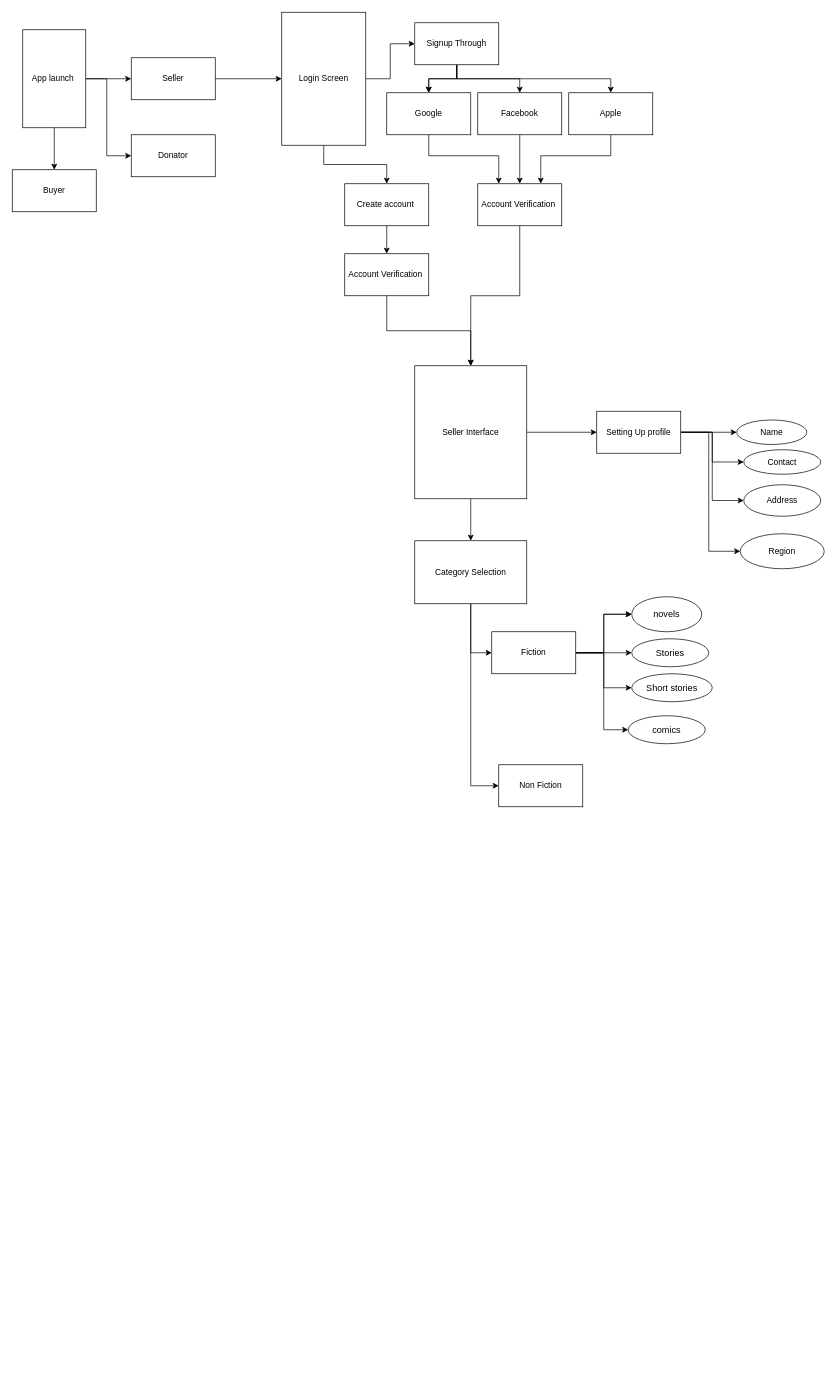
Above: Untitled Diagram.drawio in kesavaram96/UserFlowDiagram (draw.io), before the change. Source tidied: cells renumbered, new cells numbered last; positions are measured from the earlier drawing's top-left corner, leaving out a move shared by most shapes. Both pictures are drawn from the tidied source at 70%, with x=0, y=0 at pixel (12, 12).
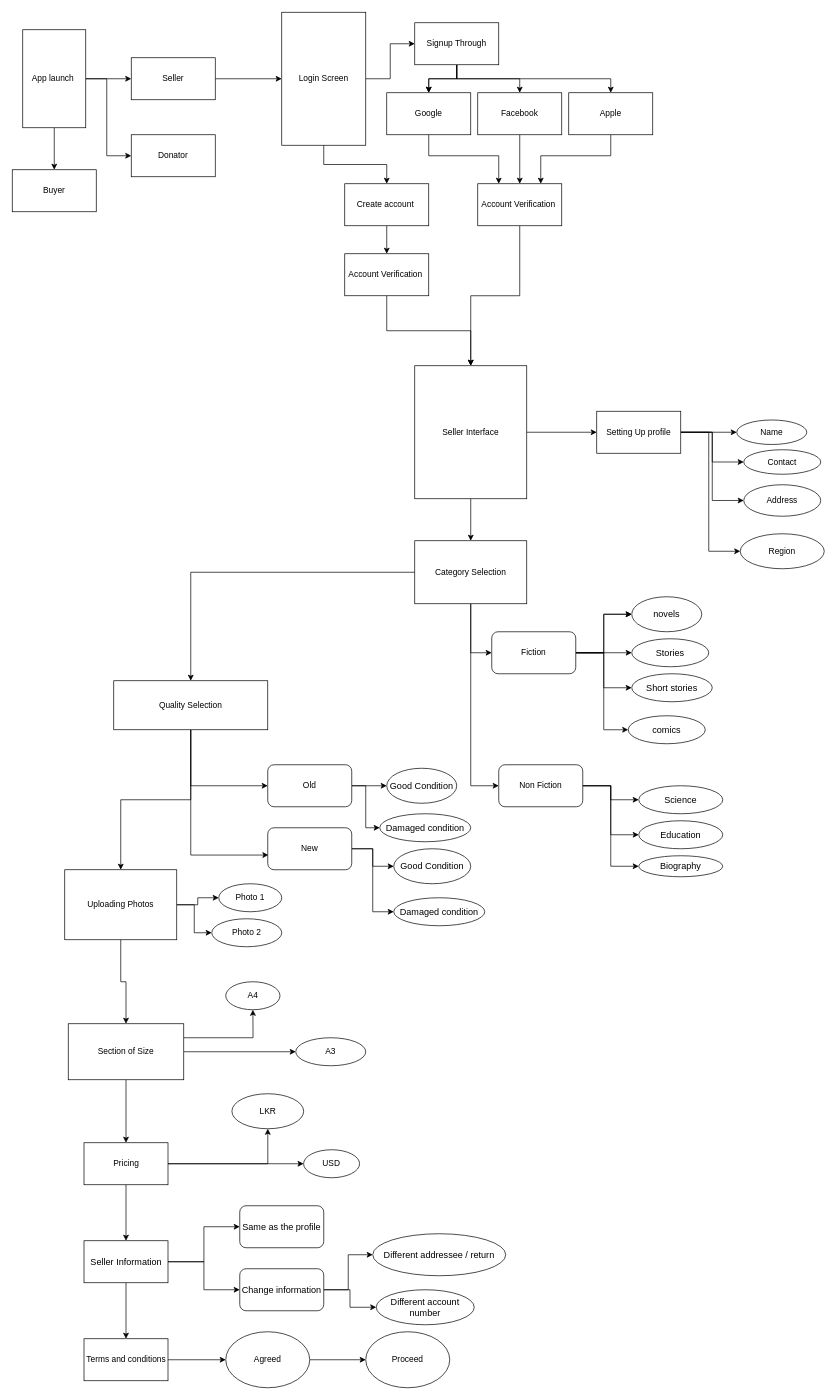
After the change.

Unchanged cells that the change refers to:
```xml
<mxCell id="44" value="Category Selection" style="rounded=0;whiteSpace=wrap;html=1;" parent="1" vertex="1">
  <mxGeometry x="575" y="755" width="160" height="90" as="geometry" />
</mxCell>
```

Change to the diagram source:
```diff
@@
+    <mxCell id="56" style="edgeStyle=orthogonalEdgeStyle;rounded=0;jettySize=auto;html=1;" parent="1" edge="1" source="44" target="66">
+      <mxGeometry relative="1" as="geometry" />
+    </mxCell>
@@
-    <mxCell id="50" value="Fiction" style="rounded=0;whiteSpace=wrap;html=1;" parent="1" vertex="1">
+    <mxCell id="50" value="Fiction" style="rounded=1;whiteSpace=wrap;html=1;glass=0;" parent="1" vertex="1">
       <mxGeometry x="685" y="885" width="120" height="60" as="geometry" />
     </mxCell>
+    <mxCell id="57" style="edgeStyle=orthogonalEdgeStyle;rounded=0;jettySize=auto;html=1;" parent="1" edge="1" source="51" target="60">
+      <mxGeometry relative="1" as="geometry" />
+    </mxCell>
+    <mxCell id="58" style="edgeStyle=orthogonalEdgeStyle;rounded=0;jettySize=auto;html=1;" parent="1" edge="1" source="51" target="61">
+      <mxGeometry relative="1" as="geometry">
+        <Array as="points">
+          <mxPoint x="855" y="1105" />
+          <mxPoint x="855" y="1175" />
+          <mxPoint x="965" y="1175" />
+        </Array>
+      </mxGeometry>
+    </mxCell>
+    <mxCell id="59" style="edgeStyle=orthogonalEdgeStyle;rounded=0;jettySize=auto;html=1;" parent="1" edge="1" source="51" target="62">
+      <mxGeometry relative="1" as="geometry">
+        <Array as="points">
+          <mxPoint x="855" y="1105" />
+          <mxPoint x="855" y="1220" />
+        </Array>
+      </mxGeometry>
+    </mxCell>
-    <mxCell id="51" value="Non Fiction" style="rounded=0;whiteSpace=wrap;html=1;" parent="1" vertex="1">
+    <mxCell id="51" value="Non Fiction" style="rounded=1;whiteSpace=wrap;html=1;" parent="1" vertex="1">
       <mxGeometry x="695" y="1075" width="120" height="60" as="geometry" />
     </mxCell>
@@
+    <mxCell id="60" value="&lt;span style=&quot;font-family: &amp;#34;arial&amp;#34; ; font-size: 13px ; text-align: left ; background-color: rgb(255 , 255 , 255)&quot;&gt;Science &lt;/span&gt;" style="ellipse;whiteSpace=wrap;html=1;rounded=0;" parent="1" vertex="1">
+      <mxGeometry x="895" y="1105" width="120" height="40" as="geometry" />
+    </mxCell>
+    <mxCell id="61" value="&lt;span style=&quot;font-family: &amp;#34;arial&amp;#34; ; font-size: 13px ; text-align: left ; background-color: rgb(255 , 255 , 255)&quot;&gt;Education &lt;/span&gt;" style="ellipse;whiteSpace=wrap;html=1;rounded=0;" parent="1" vertex="1">
+      <mxGeometry x="895" y="1155" width="120" height="40" as="geometry" />
+    </mxCell>
+    <mxCell id="62" value="&lt;span style=&quot;font-family: &amp;#34;arial&amp;#34; ; font-size: 13px ; text-align: left ; background-color: rgb(255 , 255 , 255)&quot;&gt;Biography&lt;/span&gt;" style="ellipse;whiteSpace=wrap;html=1;rounded=0;" parent="1" vertex="1">
+      <mxGeometry x="895" y="1205" width="120" height="30" as="geometry" />
+    </mxCell>
+    <mxCell id="63" style="edgeStyle=orthogonalEdgeStyle;rounded=0;jettySize=auto;html=1;" parent="1" edge="1" source="66" target="69">
+      <mxGeometry relative="1" as="geometry">
+        <Array as="points">
+          <mxPoint x="255" y="1105" />
+        </Array>
+      </mxGeometry>
+    </mxCell>
+    <mxCell id="64" style="edgeStyle=orthogonalEdgeStyle;rounded=0;jettySize=auto;html=1;entryX=0.008;entryY=0.65;entryDx=0;entryDy=0;entryPerimeter=0;" parent="1" edge="1" source="66" target="72">
+      <mxGeometry relative="1" as="geometry" />
+    </mxCell>
+    <mxCell id="65" style="edgeStyle=orthogonalEdgeStyle;rounded=0;jettySize=auto;html=1;" parent="1" edge="1" source="66" target="80">
+      <mxGeometry relative="1" as="geometry" />
+    </mxCell>
+    <mxCell id="66" value="Quality Selection" style="whiteSpace=wrap;html=1;rounded=0;" parent="1" vertex="1">
+      <mxGeometry x="145" y="955" width="220" height="70" as="geometry" />
+    </mxCell>
+    <mxCell id="67" style="edgeStyle=orthogonalEdgeStyle;rounded=0;jettySize=auto;html=1;" parent="1" edge="1" source="69" target="73">
+      <mxGeometry relative="1" as="geometry" />
+    </mxCell>
+    <mxCell id="68" style="edgeStyle=orthogonalEdgeStyle;rounded=0;jettySize=auto;html=1;entryX=0;entryY=0.5;entryDx=0;entryDy=0;" parent="1" edge="1" source="69" target="76">
+      <mxGeometry relative="1" as="geometry" />
+    </mxCell>
+    <mxCell id="69" value="Old" style="rounded=1;whiteSpace=wrap;html=1;glass=0;gradientColor=none;" parent="1" vertex="1">
+      <mxGeometry x="365" y="1075" width="120" height="60" as="geometry" />
+    </mxCell>
+    <mxCell id="70" style="edgeStyle=orthogonalEdgeStyle;rounded=0;jettySize=auto;html=1;" parent="1" edge="1" source="72" target="74">
+      <mxGeometry relative="1" as="geometry" />
+    </mxCell>
+    <mxCell id="71" style="edgeStyle=orthogonalEdgeStyle;rounded=0;jettySize=auto;html=1;" parent="1" edge="1" source="72" target="75">
+      <mxGeometry relative="1" as="geometry">
+        <Array as="points">
+          <mxPoint x="515" y="1195" />
+          <mxPoint x="515" y="1285" />
+        </Array>
+      </mxGeometry>
+    </mxCell>
+    <mxCell id="72" value="New" style="rounded=1;whiteSpace=wrap;html=1;glass=0;gradientColor=none;" parent="1" vertex="1">
+      <mxGeometry x="365" y="1165" width="120" height="60" as="geometry" />
+    </mxCell>
+    <mxCell id="73" value="&#10;&#10;&lt;span style=&quot;color: rgb(0, 0, 0); font-family: arial; font-size: 13px; font-style: normal; font-weight: 400; letter-spacing: normal; text-align: left; text-indent: 0px; text-transform: none; word-spacing: 0px; background-color: rgb(255, 255, 255); display: inline; float: none;&quot;&gt;Good Condition &lt;/span&gt;&#10;&#10;" style="ellipse;whiteSpace=wrap;html=1;rounded=1;glass=0;" parent="1" vertex="1">
+      <mxGeometry x="535" y="1080" width="100" height="50" as="geometry" />
+    </mxCell>
+    <mxCell id="74" value="&#10;&#10;&lt;span style=&quot;color: rgb(0, 0, 0); font-family: arial; font-size: 13px; font-style: normal; font-weight: 400; letter-spacing: normal; text-align: left; text-indent: 0px; text-transform: none; word-spacing: 0px; background-color: rgb(255, 255, 255); display: inline; float: none;&quot;&gt;Good Condition &lt;/span&gt;&#10;&#10;" style="ellipse;whiteSpace=wrap;html=1;rounded=1;glass=0;" parent="1" vertex="1">
+      <mxGeometry x="545" y="1195" width="110" height="50" as="geometry" />
+    </mxCell>
+    <mxCell id="75" value="&lt;span style=&quot;font-family: &amp;#34;arial&amp;#34; ; font-size: 13px ; text-align: left ; background-color: rgb(255 , 255 , 255)&quot;&gt;Damaged condition&lt;/span&gt;" style="ellipse;whiteSpace=wrap;html=1;rounded=1;glass=0;" parent="1" vertex="1">
+      <mxGeometry x="545" y="1265" width="130" height="40" as="geometry" />
+    </mxCell>
+    <mxCell id="76" value="&lt;span style=&quot;font-family: &amp;#34;arial&amp;#34; ; font-size: 13px ; text-align: left ; background-color: rgb(255 , 255 , 255)&quot;&gt;Damaged condition&lt;/span&gt;" style="ellipse;whiteSpace=wrap;html=1;rounded=1;glass=0;" parent="1" vertex="1">
+      <mxGeometry x="525" y="1145" width="130" height="40" as="geometry" />
+    </mxCell>
+    <mxCell id="77" style="edgeStyle=orthogonalEdgeStyle;rounded=0;jettySize=auto;html=1;entryX=0.5;entryY=0;entryDx=0;entryDy=0;" parent="1" edge="1" source="80" target="84">
+      <mxGeometry relative="1" as="geometry" />
+    </mxCell>
+    <mxCell id="78" style="edgeStyle=orthogonalEdgeStyle;rounded=0;jettySize=auto;html=1;" parent="1" edge="1" source="80" target="108">
+      <mxGeometry relative="1" as="geometry" />
+    </mxCell>
+    <mxCell id="79" style="edgeStyle=orthogonalEdgeStyle;rounded=0;jettySize=auto;html=1;entryX=0;entryY=0.5;entryDx=0;entryDy=0;" parent="1" edge="1" source="80" target="109">
+      <mxGeometry relative="1" as="geometry" />
+    </mxCell>
+    <mxCell id="80" value="Uploading Photos" style="rounded=0;whiteSpace=wrap;html=1;" parent="1" vertex="1">
+      <mxGeometry x="75" y="1225" width="160" height="100" as="geometry" />
+    </mxCell>
+    <mxCell id="81" style="edgeStyle=orthogonalEdgeStyle;rounded=0;jettySize=auto;html=1;" parent="1" edge="1" source="84" target="88">
+      <mxGeometry relative="1" as="geometry" />
+    </mxCell>
+    <mxCell id="82" style="edgeStyle=orthogonalEdgeStyle;rounded=0;jettySize=auto;html=1;" parent="1" edge="1" source="84" target="106">
+      <mxGeometry relative="1" as="geometry">
+        <Array as="points">
+          <mxPoint x="344" y="1465" />
+        </Array>
+      </mxGeometry>
+    </mxCell>
+    <mxCell id="83" style="edgeStyle=orthogonalEdgeStyle;rounded=0;jettySize=auto;html=1;" parent="1" edge="1" source="84" target="107">
+      <mxGeometry relative="1" as="geometry" />
+    </mxCell>
+    <mxCell id="84" value="Section of Size" style="rounded=0;whiteSpace=wrap;html=1;glass=0;gradientColor=none;" parent="1" vertex="1">
+      <mxGeometry x="80" y="1445" width="165" height="80" as="geometry" />
+    </mxCell>
+    <mxCell id="85" style="edgeStyle=orthogonalEdgeStyle;rounded=0;jettySize=auto;html=1;" parent="1" edge="1" source="88" target="92">
+      <mxGeometry relative="1" as="geometry" />
+    </mxCell>
+    <mxCell id="86" style="edgeStyle=orthogonalEdgeStyle;rounded=0;jettySize=auto;html=1;" parent="1" edge="1" source="88" target="104">
+      <mxGeometry relative="1" as="geometry" />
+    </mxCell>
+    <mxCell id="87" style="edgeStyle=orthogonalEdgeStyle;rounded=0;jettySize=auto;html=1;" parent="1" edge="1" source="88" target="105">
+      <mxGeometry relative="1" as="geometry" />
+    </mxCell>
+    <mxCell id="88" value="Pricing" style="whiteSpace=wrap;html=1;rounded=0;glass=0;" parent="1" vertex="1">
+      <mxGeometry x="102.5" y="1615" width="120" height="60" as="geometry" />
+    </mxCell>
+    <mxCell id="89" style="edgeStyle=orthogonalEdgeStyle;rounded=0;jettySize=auto;html=1;" parent="1" edge="1" source="92" target="94">
+      <mxGeometry relative="1" as="geometry" />
+    </mxCell>
+    <mxCell id="90" style="edgeStyle=orthogonalEdgeStyle;rounded=0;jettySize=auto;html=1;entryX=0;entryY=0.5;entryDx=0;entryDy=0;" parent="1" edge="1" source="92" target="98">
+      <mxGeometry relative="1" as="geometry" />
+    </mxCell>
+    <mxCell id="91" style="edgeStyle=orthogonalEdgeStyle;rounded=0;jettySize=auto;html=1;" parent="1" edge="1" source="92" target="101">
+      <mxGeometry relative="1" as="geometry" />
+    </mxCell>
+    <mxCell id="92" value="&#10;&#10;&lt;span style=&quot;color: rgb(0, 0, 0); font-family: arial; font-size: 13px; font-style: normal; font-weight: 400; letter-spacing: normal; text-align: left; text-indent: 0px; text-transform: none; word-spacing: 0px; background-color: rgb(255, 255, 255); display: inline; float: none;&quot;&gt;Seller Information &lt;/span&gt;&#10;&#10;" style="whiteSpace=wrap;html=1;rounded=0;glass=0;" parent="1" vertex="1">
+      <mxGeometry x="102.5" y="1755" width="120" height="60" as="geometry" />
+    </mxCell>
+    <mxCell id="93" style="edgeStyle=orthogonalEdgeStyle;rounded=0;jettySize=auto;html=1;" parent="1" edge="1" source="94" target="96">
+      <mxGeometry relative="1" as="geometry" />
+    </mxCell>
+    <mxCell id="94" value="Terms and conditions" style="whiteSpace=wrap;html=1;rounded=0;glass=0;" parent="1" vertex="1">
+      <mxGeometry x="102.5" y="1895" width="120" height="60" as="geometry" />
+    </mxCell>
+    <mxCell id="95" style="edgeStyle=orthogonalEdgeStyle;rounded=0;jettySize=auto;html=1;" parent="1" edge="1" source="96" target="97">
+      <mxGeometry relative="1" as="geometry" />
+    </mxCell>
+    <mxCell id="96" value="Agreed" style="ellipse;whiteSpace=wrap;html=1;rounded=1;glass=0;gradientColor=none;" parent="1" vertex="1">
+      <mxGeometry x="305" y="1885" width="120" height="80" as="geometry" />
+    </mxCell>
+    <mxCell id="97" value="Proceed" style="ellipse;whiteSpace=wrap;html=1;rounded=1;glass=0;gradientColor=none;" parent="1" vertex="1">
+      <mxGeometry x="505" y="1885" width="120" height="80" as="geometry" />
+    </mxCell>
+    <mxCell id="98" value="&lt;span style=&quot;font-family: &amp;#34;arial&amp;#34; ; font-size: 13px ; text-align: left ; background-color: rgb(255 , 255 , 255)&quot;&gt;Same as the profile&lt;/span&gt;" style="rounded=1;whiteSpace=wrap;html=1;glass=0;gradientColor=none;" parent="1" vertex="1">
+      <mxGeometry x="325" y="1705" width="120" height="60" as="geometry" />
+    </mxCell>
+    <mxCell id="99" style="edgeStyle=orthogonalEdgeStyle;rounded=0;jettySize=auto;html=1;" parent="1" edge="1" source="101" target="102">
+      <mxGeometry relative="1" as="geometry" />
+    </mxCell>
+    <mxCell id="100" style="edgeStyle=orthogonalEdgeStyle;rounded=0;jettySize=auto;html=1;" parent="1" edge="1" source="101" target="103">
+      <mxGeometry relative="1" as="geometry" />
+    </mxCell>
+    <mxCell id="101" value="&lt;span style=&quot;font-family: &amp;#34;arial&amp;#34; ; font-size: 13px ; text-align: left ; background-color: rgb(255 , 255 , 255)&quot;&gt;Change information &lt;/span&gt;" style="rounded=1;whiteSpace=wrap;html=1;" parent="1" vertex="1">
+      <mxGeometry x="325" y="1795" width="120" height="60" as="geometry" />
+    </mxCell>
+    <mxCell id="102" value="&lt;span style=&quot;font-family: &amp;#34;arial&amp;#34; ; font-size: 13px ; text-align: left ; background-color: rgb(255 , 255 , 255)&quot;&gt;Different addressee / return&lt;/span&gt;" style="ellipse;whiteSpace=wrap;html=1;rounded=1;" parent="1" vertex="1">
+      <mxGeometry x="515" y="1745" width="190" height="60" as="geometry" />
+    </mxCell>
+    <mxCell id="103" value="&lt;span style=&quot;font-family: &amp;#34;arial&amp;#34; ; font-size: 13px ; text-align: left ; background-color: rgb(255 , 255 , 255)&quot;&gt;Different account number &lt;/span&gt;" style="ellipse;whiteSpace=wrap;html=1;" parent="1" vertex="1">
+      <mxGeometry x="520" y="1825" width="140" height="50" as="geometry" />
+    </mxCell>
+    <mxCell id="104" value="LKR" style="ellipse;whiteSpace=wrap;html=1;rounded=0;glass=0;" parent="1" vertex="1">
+      <mxGeometry x="313.8" y="1545" width="102.5" height="50" as="geometry" />
+    </mxCell>
+    <mxCell id="105" value="USD" style="ellipse;whiteSpace=wrap;html=1;" parent="1" vertex="1">
+      <mxGeometry x="416.2" y="1625" width="80" height="40" as="geometry" />
+    </mxCell>
+    <mxCell id="106" value="A4" style="ellipse;whiteSpace=wrap;html=1;rounded=0;glass=0;" parent="1" vertex="1">
+      <mxGeometry x="305" y="1385" width="77.5" height="40" as="geometry" />
+    </mxCell>
+    <mxCell id="107" value="A3" style="ellipse;whiteSpace=wrap;html=1;rounded=1;glass=0;gradientColor=none;" parent="1" vertex="1">
+      <mxGeometry x="405" y="1465" width="100" height="40" as="geometry" />
+    </mxCell>
+    <mxCell id="108" value="Photo 1" style="ellipse;whiteSpace=wrap;html=1;rounded=0;" parent="1" vertex="1">
+      <mxGeometry x="295" y="1245" width="90" height="40" as="geometry" />
+    </mxCell>
+    <mxCell id="109" value="Photo 2" style="ellipse;whiteSpace=wrap;html=1;rounded=1;glass=0;gradientColor=none;" parent="1" vertex="1">
+      <mxGeometry x="285" y="1295" width="100" height="40" as="geometry" />
+    </mxCell>
```
